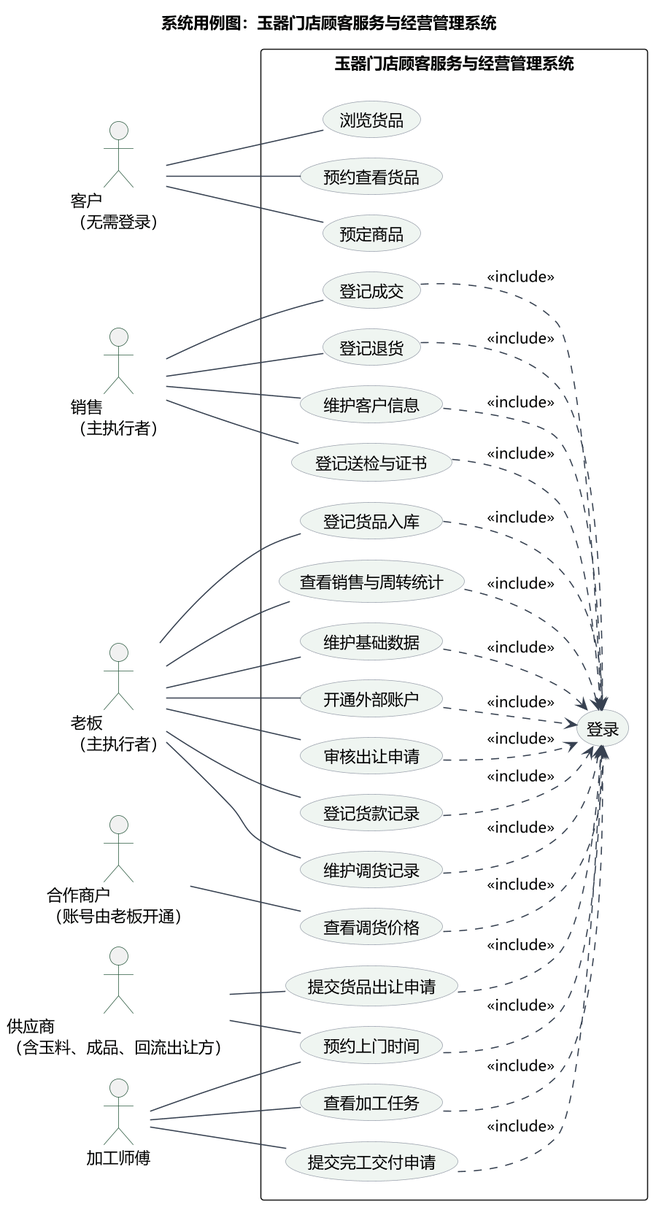
Above: docs/figs/system-use-cases/08-system-usecase.png in rosefinch55/jade-store-system (PlantUML), before the change. The source it was exported from:
```plantuml
@startuml
!pragma layout smetana
!pragma layout smetana
left to right direction
skinparam backgroundColor #FFFFFF
skinparam defaultFontName "Microsoft YaHei"
skinparam dpi 150
skinparam shadowing false
skinparam nodesep 20
skinparam ranksep 28
skinparam ArrowColor #374151
skinparam BorderColor #9CA3AF
skinparam UsecaseBorderColor #9CA3AF
skinparam UsecaseBackgroundColor #EFF5F1
skinparam ActorBorderColor #2F5D43

title 系统用例图：玉器门店顾客服务与经营管理系统

actor "客户\n（无需登录）" as G
actor "销售\n（主执行者）" as Y
actor "老板\n（主执行者）" as P
actor "合作商户\n（账号由老板开通）" as M
actor "供应商\n（含玉料、成品、回流出让方）" as R
actor "加工师傅" as W

rectangle "玉器门店顾客服务与经营管理系统" {
  usecase "登记成交" as UC01
  usecase "登记货品入库" as UC02
  usecase "登记退货" as UC03
  usecase "维护客户信息" as UC04
  usecase "登记送检与证书" as UC05
  usecase "查看销售与周转统计" as UC06
  usecase "维护基础数据" as UC07
  usecase "登录" as UC08
  usecase "浏览货品" as UC09
  usecase "预约查看货品" as UC10
  usecase "查看调货价格" as UC11
  usecase "开通外部账户" as UC12
  usecase "预定商品" as UC13
  usecase "提交货品出让申请" as UC14
  usecase "预约上门时间" as UC15
  usecase "查看加工任务" as UC16
  usecase "提交完工交付申请" as UC17
  usecase "审核出让申请" as UC18
  usecase "登记货款记录" as UC19
  usecase "维护调货记录" as UC20
}

G -- UC09
G -- UC10
G -- UC13
Y -- UC01
Y -- UC03
Y -- UC04
Y -- UC05
P -- UC02
P -- UC06
P -- UC07
P -- UC12
P -- UC18
P -- UC19
P -- UC20
M -- UC11
R -- UC14
R -- UC15
W -- UC15
W -- UC16
W -- UC17

UC01 ..> UC08 : <<include>>
UC02 ..> UC08 : <<include>>
UC03 ..> UC08 : <<include>>
UC04 ..> UC08 : <<include>>
UC05 ..> UC08 : <<include>>
UC06 ..> UC08 : <<include>>
UC07 ..> UC08 : <<include>>
UC11 ..> UC08 : <<include>>
UC12 ..> UC08 : <<include>>
UC14 ..> UC08 : <<include>>
UC15 ..> UC08 : <<include>>
UC16 ..> UC08 : <<include>>
UC17 ..> UC08 : <<include>>
UC18 ..> UC08 : <<include>>
UC19 ..> UC08 : <<include>>
UC20 ..> UC08 : <<include>>
@enduml
```
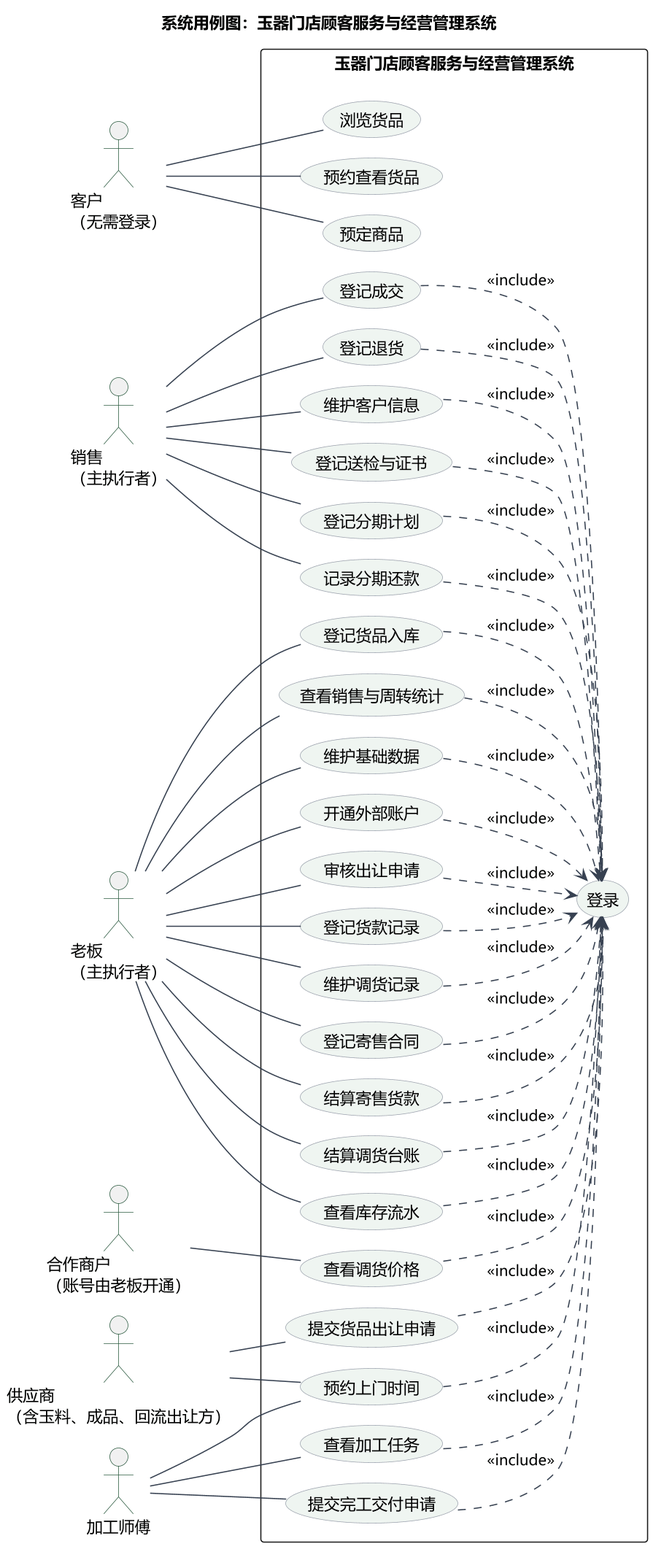
After the commit.

Diff of the diagram source:
```diff
@@ -1,5 +1,4 @@
 @startuml
-!pragma layout smetana
 !pragma layout smetana
 left to right direction
 skinparam backgroundColor #FFFFFF
@@ -44,6 +43,12 @@
   usecase "审核出让申请" as UC18
   usecase "登记货款记录" as UC19
   usecase "维护调货记录" as UC20
+  usecase "登记寄售合同" as UC21
+  usecase "结算寄售货款" as UC22
+  usecase "结算调货台账" as UC23
+  usecase "登记分期计划" as UC24
+  usecase "记录分期还款" as UC25
+  usecase "查看库存流水" as UC26
 }
 
 G -- UC09
@@ -53,6 +58,8 @@
 Y -- UC03
 Y -- UC04
 Y -- UC05
+Y -- UC24
+Y -- UC25
 P -- UC02
 P -- UC06
 P -- UC07
@@ -60,6 +67,10 @@
 P -- UC18
 P -- UC19
 P -- UC20
+P -- UC21
+P -- UC22
+P -- UC23
+P -- UC26
 M -- UC11
 R -- UC14
 R -- UC15
@@ -83,4 +94,10 @@
 UC18 ..> UC08 : <<include>>
 UC19 ..> UC08 : <<include>>
 UC20 ..> UC08 : <<include>>
+UC21 ..> UC08 : <<include>>
+UC22 ..> UC08 : <<include>>
+UC23 ..> UC08 : <<include>>
+UC24 ..> UC08 : <<include>>
+UC25 ..> UC08 : <<include>>
+UC26 ..> UC08 : <<include>>
 @enduml
```
